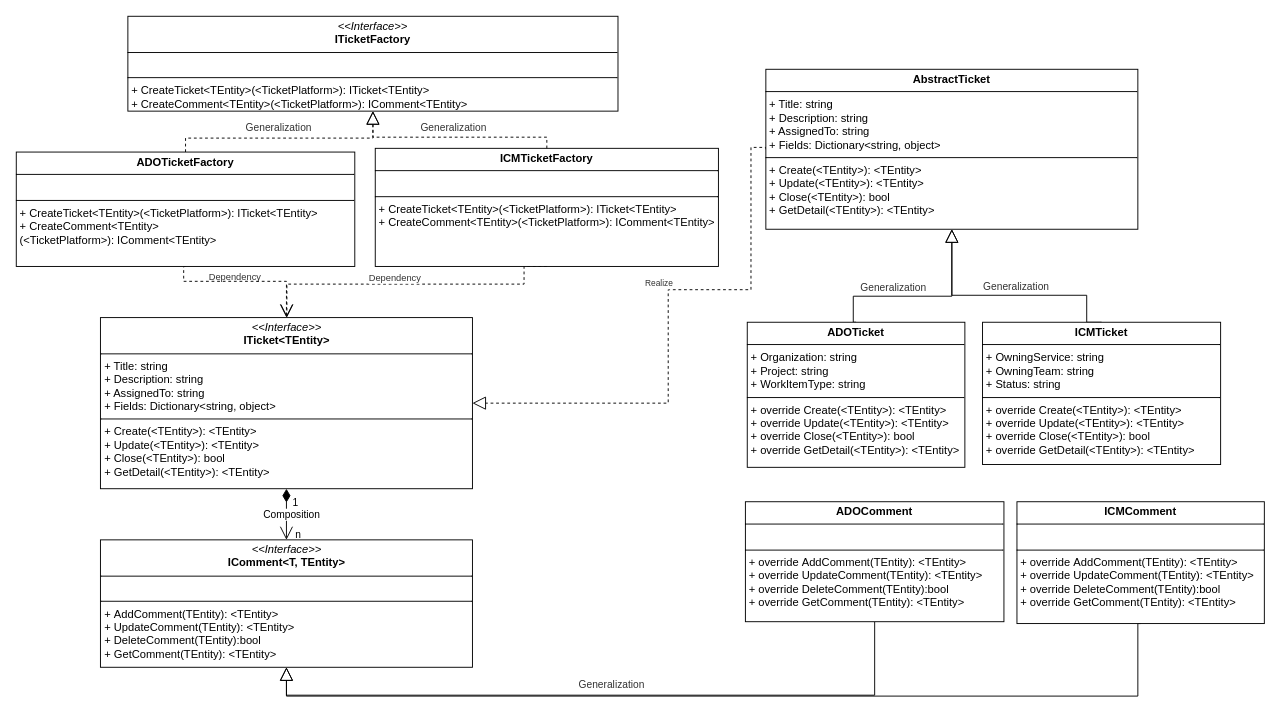
Above: page "Page-10" (10 of 10) of 2.drawio in hy986/Repo_0110 (draw.io), before the change. Source tidied: cells renumbered, new cells numbered last; positions are measured from the earlier drawing's top-left corner, leaving out a move shared by most shapes. Both pictures are drawn from the tidied source at 93%, with x=0, y=0 at pixel (16, 16).
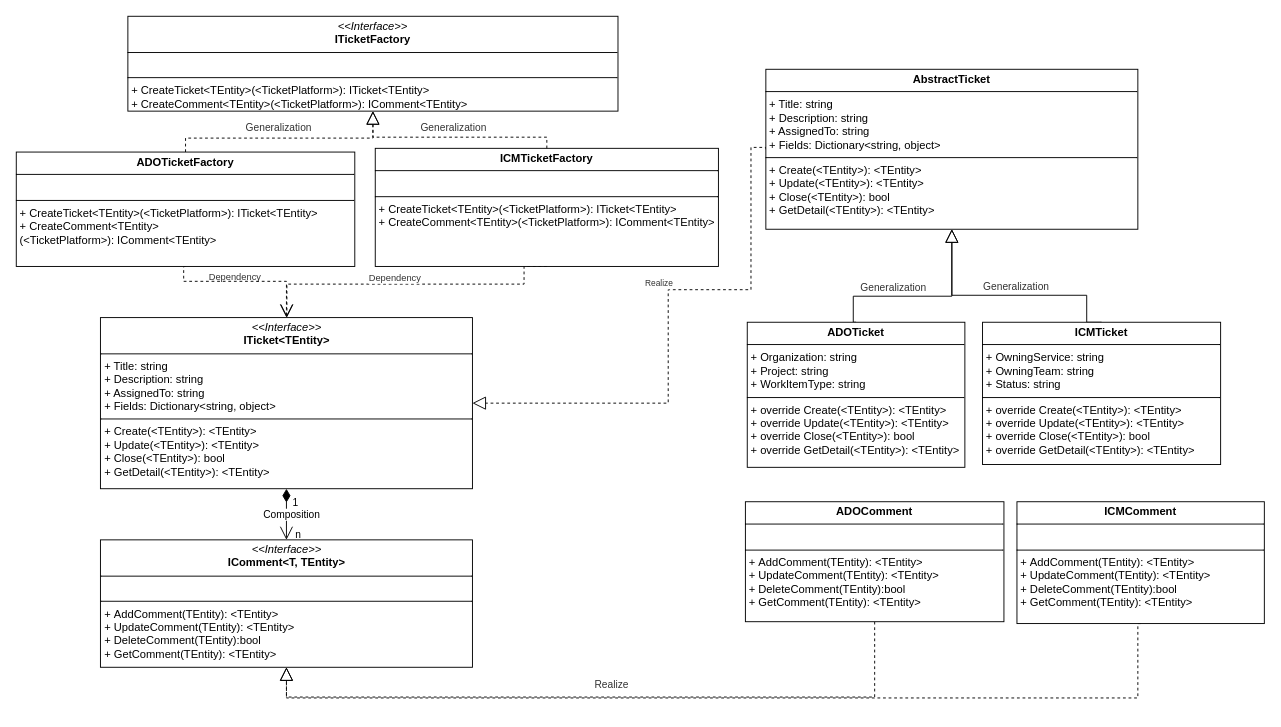
The same page after the edit.

The change refers to these unchanged cells:
```xml
<mxCell id="22" value="&lt;p style=&quot;margin:0px;margin-top:4px;text-align:center;&quot;&gt;&lt;i&gt;&amp;lt;&amp;lt;Interface&amp;gt;&amp;gt;&lt;/i&gt;&lt;br&gt;&lt;b&gt;IComment&amp;lt;T, TEntity&amp;gt;&lt;/b&gt;&lt;/p&gt;&lt;hr size=&quot;1&quot; style=&quot;border-style:solid;&quot;&gt;&lt;p style=&quot;margin:0px;margin-left:4px;&quot;&gt;&lt;br&gt;&lt;/p&gt;&lt;hr size=&quot;1&quot; style=&quot;border-style:solid;&quot;&gt;&lt;p style=&quot;margin:0px;margin-left:4px;&quot;&gt;&lt;span style=&quot;background-color: initial;&quot;&gt;+&amp;nbsp;&lt;/span&gt;&lt;span style=&quot;background-color: initial;&quot; class=&quot;hljs-function&quot;&gt;&lt;span style=&quot;background-color: initial;&quot; class=&quot;hljs-function&quot;&gt;&lt;span class=&quot;hljs-title&quot;&gt;Add&lt;/span&gt;&lt;/span&gt;&lt;/span&gt;&lt;span style=&quot;background-color: initial;&quot;&gt;Comment&lt;/span&gt;&lt;span style=&quot;background-color: initial;&quot; class=&quot;hljs-function&quot;&gt;(&lt;span class=&quot;hljs-params&quot;&gt;TEntity&lt;/span&gt;): &amp;lt;&lt;/span&gt;&lt;span style=&quot;background-color: initial;&quot;&gt;TEntity&lt;/span&gt;&lt;span style=&quot;background-color: initial;&quot;&gt;&amp;gt;&lt;/span&gt;&lt;/p&gt;&lt;p style=&quot;margin: 0px 0px 0px 4px;&quot;&gt;&lt;span style=&quot;background-color: initial;&quot; class=&quot;hljs-function&quot;&gt;+&amp;nbsp;&lt;/span&gt;&lt;span style=&quot;background-color: initial;&quot; class=&quot;hljs-function&quot;&gt;&lt;span class=&quot;hljs-title&quot;&gt;Update&lt;/span&gt;&lt;/span&gt;&lt;span style=&quot;background-color: initial;&quot;&gt;Comment&lt;/span&gt;&lt;span style=&quot;background-color: initial;&quot; class=&quot;hljs-function&quot;&gt;(&lt;span class=&quot;hljs-params&quot;&gt;TEntity&lt;/span&gt;): &amp;lt;&lt;/span&gt;&lt;span style=&quot;background-color: initial;&quot;&gt;TEntity&lt;/span&gt;&lt;span style=&quot;background-color: initial;&quot;&gt;&amp;gt;&lt;/span&gt;&lt;/p&gt;&lt;p style=&quot;margin: 0px 0px 0px 4px;&quot;&gt;&lt;span style=&quot;background-color: initial;&quot; class=&quot;hljs-function&quot;&gt;+&amp;nbsp;&lt;/span&gt;&lt;span style=&quot;background-color: initial;&quot; class=&quot;hljs-function&quot;&gt;&lt;span class=&quot;hljs-title&quot;&gt;Delete&lt;/span&gt;&lt;/span&gt;&lt;span style=&quot;background-color: initial;&quot;&gt;Comment&lt;/span&gt;&lt;span style=&quot;background-color: initial;&quot; class=&quot;hljs-function&quot;&gt;(TEntity):&lt;/span&gt;&lt;span style=&quot;background-color: initial;&quot; class=&quot;hljs-built_in&quot;&gt;bool&lt;/span&gt;&lt;/p&gt;&lt;p style=&quot;margin: 0px 0px 0px 4px;&quot;&gt;&lt;span style=&quot;background-color: initial;&quot; class=&quot;hljs-built_in&quot;&gt;&lt;span style=&quot;background-color: initial;&quot; class=&quot;hljs-function&quot;&gt;+&amp;nbsp;&lt;/span&gt;&lt;span style=&quot;background-color: initial;&quot; class=&quot;hljs-function&quot;&gt;&lt;span class=&quot;hljs-title&quot;&gt;Get&lt;/span&gt;&lt;/span&gt;&lt;span style=&quot;background-color: initial;&quot;&gt;Comment&lt;/span&gt;&lt;span style=&quot;background-color: initial;&quot; class=&quot;hljs-function&quot;&gt;(&lt;span class=&quot;hljs-params&quot;&gt;TEntity&lt;/span&gt;): &amp;lt;&lt;/span&gt;&lt;span style=&quot;background-color: initial;&quot;&gt;TEntity&lt;/span&gt;&lt;span style=&quot;background-color: initial;&quot;&gt;&amp;gt;&lt;/span&gt;&lt;/span&gt;&lt;/p&gt;" style="verticalAlign=top;align=left;overflow=fill;html=1;whiteSpace=wrap;" parent="1" vertex="1">
  <mxGeometry x="90.5" y="563" width="400" height="137" as="geometry" />
</mxCell>
```

What changed in the source:
```diff
@@
-    <mxCell id="26" style="edgeStyle=orthogonalEdgeStyle;rounded=0;jettySize=auto;html=1;exitX=0.5;exitY=1;exitDx=0;exitDy=0;entryX=0.5;entryY=1;entryDx=0;entryDy=0;endSize=12;endArrow=block;endFill=0;" parent="1" edge="1" source="27" target="22">
-      <mxGeometry relative="1" as="geometry" />
+    <mxCell id="26" style="edgeStyle=orthogonalEdgeStyle;rounded=0;jettySize=auto;html=1;exitX=0.5;exitY=1;exitDx=0;exitDy=0;entryX=0.5;entryY=1;entryDx=0;entryDy=0;endSize=12;endArrow=block;endFill=0;dashed=1;" parent="1" edge="1" source="27" target="22">
+      <mxGeometry relative="1" as="geometry">
+        <Array as="points">
+          <mxPoint x="923" y="732" />
+          <mxPoint x="291" y="732" />
+        </Array>
+      </mxGeometry>
     </mxCell>
-    <mxCell id="27" value="&lt;p style=&quot;margin:0px;margin-top:4px;text-align:center;&quot;&gt;&lt;b&gt;ADOComment&lt;/b&gt;&lt;/p&gt;&lt;hr size=&quot;1&quot; style=&quot;border-style:solid;&quot;&gt;&lt;p style=&quot;margin: 0px 0px 0px 4px;&quot;&gt;&lt;br&gt;&lt;/p&gt;&lt;hr size=&quot;1&quot; style=&quot;border-style:solid;&quot;&gt;&lt;p style=&quot;margin: 0px 0px 0px 4px;&quot;&gt;&lt;span style=&quot;background-color: initial;&quot;&gt;+&amp;nbsp;&lt;/span&gt;&lt;span style=&quot;background-color: initial;&quot;&gt;override&lt;/span&gt;&lt;span style=&quot;background-color: initial;&quot;&gt;&amp;nbsp;&lt;/span&gt;&lt;span style=&quot;background-color: initial;&quot; class=&quot;hljs-function&quot;&gt;Add&lt;/span&gt;&lt;span style=&quot;background-color: initial;&quot;&gt;Comment&lt;/span&gt;&lt;span style=&quot;background-color: initial;&quot; class=&quot;hljs-function&quot;&gt;(&lt;span class=&quot;hljs-params&quot;&gt;TEntity&lt;/span&gt;): &amp;lt;&lt;/span&gt;&lt;span style=&quot;background-color: initial;&quot;&gt;TEntity&lt;/span&gt;&lt;span style=&quot;background-color: initial;&quot;&gt;&amp;gt;&lt;/span&gt;&lt;/p&gt;&lt;p style=&quot;margin: 0px 0px 0px 4px;&quot;&gt;&lt;span style=&quot;background-color: initial;&quot; class=&quot;hljs-function&quot;&gt;+&amp;nbsp;&lt;/span&gt;&lt;span style=&quot;background-color: initial;&quot;&gt;override&lt;/span&gt;&lt;span style=&quot;background-color: initial;&quot;&gt;&amp;nbsp;&lt;/span&gt;&lt;span style=&quot;background-color: initial;&quot; class=&quot;hljs-function&quot;&gt;Update&lt;/span&gt;&lt;span style=&quot;background-color: initial;&quot;&gt;Comment&lt;/span&gt;&lt;span style=&quot;background-color: initial;&quot; class=&quot;hljs-function&quot;&gt;(&lt;span class=&quot;hljs-params&quot;&gt;TEntity&lt;/span&gt;): &amp;lt;&lt;/span&gt;&lt;span style=&quot;background-color: initial;&quot;&gt;TEntity&lt;/span&gt;&lt;span style=&quot;background-color: initial;&quot;&gt;&amp;gt;&lt;/span&gt;&lt;/p&gt;&lt;p style=&quot;margin: 0px 0px 0px 4px;&quot;&gt;&lt;span style=&quot;background-color: initial;&quot; class=&quot;hljs-function&quot;&gt;+&amp;nbsp;&lt;/span&gt;&lt;span style=&quot;background-color: initial;&quot;&gt;override&lt;/span&gt;&lt;span style=&quot;background-color: initial;&quot;&gt;&amp;nbsp;&lt;/span&gt;&lt;span style=&quot;background-color: initial;&quot; class=&quot;hljs-function&quot;&gt;Delete&lt;/span&gt;&lt;span style=&quot;background-color: initial;&quot;&gt;Comment&lt;/span&gt;&lt;span style=&quot;background-color: initial;&quot; class=&quot;hljs-function&quot;&gt;(TEntity):&lt;/span&gt;&lt;span style=&quot;background-color: initial;&quot; class=&quot;hljs-built_in&quot;&gt;bool&lt;/span&gt;&lt;/p&gt;&lt;p style=&quot;margin: 0px 0px 0px 4px;&quot;&gt;&lt;span style=&quot;background-color: initial;&quot; class=&quot;hljs-built_in&quot;&gt;&lt;span style=&quot;background-color: initial;&quot; class=&quot;hljs-function&quot;&gt;+&amp;nbsp;&lt;/span&gt;&lt;/span&gt;&lt;span style=&quot;background-color: initial;&quot;&gt;override&lt;/span&gt;&lt;span style=&quot;background-color: initial;&quot;&gt;&amp;nbsp;&lt;/span&gt;&lt;span style=&quot;background-color: initial;&quot; class=&quot;hljs-function&quot;&gt;&lt;span class=&quot;hljs-title&quot;&gt;Get&lt;/span&gt;&lt;/span&gt;&lt;span style=&quot;background-color: initial;&quot;&gt;Comment&lt;/span&gt;&lt;span style=&quot;background-color: initial;&quot; class=&quot;hljs-function&quot;&gt;(&lt;span class=&quot;hljs-params&quot;&gt;TEntity&lt;/span&gt;): &amp;lt;&lt;/span&gt;&lt;span style=&quot;background-color: initial;&quot;&gt;TEntity&lt;/span&gt;&lt;span style=&quot;background-color: initial;&quot;&gt;&amp;gt;&lt;/span&gt;&lt;/p&gt;" style="verticalAlign=top;align=left;overflow=fill;html=1;whiteSpace=wrap;" parent="1" vertex="1">
+    <mxCell id="27" value="&lt;p style=&quot;margin:0px;margin-top:4px;text-align:center;&quot;&gt;&lt;b&gt;ADOComment&lt;/b&gt;&lt;/p&gt;&lt;hr size=&quot;1&quot; style=&quot;border-style:solid;&quot;&gt;&lt;p style=&quot;margin: 0px 0px 0px 4px;&quot;&gt;&lt;br&gt;&lt;/p&gt;&lt;hr size=&quot;1&quot; style=&quot;border-style:solid;&quot;&gt;&lt;p style=&quot;margin: 0px 0px 0px 4px;&quot;&gt;&lt;span style=&quot;background-color: initial;&quot;&gt;+&amp;nbsp;&lt;/span&gt;&lt;span style=&quot;background-color: initial;&quot; class=&quot;hljs-function&quot;&gt;Add&lt;/span&gt;&lt;span style=&quot;background-color: initial;&quot;&gt;Comment&lt;/span&gt;&lt;span style=&quot;background-color: initial;&quot; class=&quot;hljs-function&quot;&gt;(&lt;span class=&quot;hljs-params&quot;&gt;TEntity&lt;/span&gt;): &amp;lt;&lt;/span&gt;&lt;span style=&quot;background-color: initial;&quot;&gt;TEntity&lt;/span&gt;&lt;span style=&quot;background-color: initial;&quot;&gt;&amp;gt;&lt;/span&gt;&lt;/p&gt;&lt;p style=&quot;margin: 0px 0px 0px 4px;&quot;&gt;&lt;span style=&quot;background-color: initial;&quot; class=&quot;hljs-function&quot;&gt;+&amp;nbsp;&lt;/span&gt;&lt;span style=&quot;background-color: initial;&quot; class=&quot;hljs-function&quot;&gt;Update&lt;/span&gt;&lt;span style=&quot;background-color: initial;&quot;&gt;Comment&lt;/span&gt;&lt;span style=&quot;background-color: initial;&quot; class=&quot;hljs-function&quot;&gt;(&lt;span class=&quot;hljs-params&quot;&gt;TEntity&lt;/span&gt;): &amp;lt;&lt;/span&gt;&lt;span style=&quot;background-color: initial;&quot;&gt;TEntity&lt;/span&gt;&lt;span style=&quot;background-color: initial;&quot;&gt;&amp;gt;&lt;/span&gt;&lt;/p&gt;&lt;p style=&quot;margin: 0px 0px 0px 4px;&quot;&gt;&lt;span style=&quot;background-color: initial;&quot; class=&quot;hljs-function&quot;&gt;+&amp;nbsp;&lt;/span&gt;&lt;span style=&quot;background-color: initial;&quot; class=&quot;hljs-function&quot;&gt;Delete&lt;/span&gt;&lt;span style=&quot;background-color: initial;&quot;&gt;Comment&lt;/span&gt;&lt;span style=&quot;background-color: initial;&quot; class=&quot;hljs-function&quot;&gt;(TEntity):&lt;/span&gt;&lt;span style=&quot;background-color: initial;&quot; class=&quot;hljs-built_in&quot;&gt;bool&lt;/span&gt;&lt;/p&gt;&lt;p style=&quot;margin: 0px 0px 0px 4px;&quot;&gt;&lt;span style=&quot;background-color: initial;&quot; class=&quot;hljs-built_in&quot;&gt;&lt;span style=&quot;background-color: initial;&quot; class=&quot;hljs-function&quot;&gt;+&amp;nbsp;&lt;/span&gt;&lt;/span&gt;&lt;span style=&quot;background-color: initial;&quot; class=&quot;hljs-function&quot;&gt;&lt;span class=&quot;hljs-title&quot;&gt;Get&lt;/span&gt;&lt;/span&gt;&lt;span style=&quot;background-color: initial;&quot;&gt;Comment&lt;/span&gt;&lt;span style=&quot;background-color: initial;&quot; class=&quot;hljs-function&quot;&gt;(&lt;span class=&quot;hljs-params&quot;&gt;TEntity&lt;/span&gt;): &amp;lt;&lt;/span&gt;&lt;span style=&quot;background-color: initial;&quot;&gt;TEntity&lt;/span&gt;&lt;span style=&quot;background-color: initial;&quot;&gt;&amp;gt;&lt;/span&gt;&lt;/p&gt;" style="verticalAlign=top;align=left;overflow=fill;html=1;whiteSpace=wrap;" parent="1" vertex="1">
       <mxGeometry x="784" y="522" width="278" height="129" as="geometry" />
     </mxCell>
-    <mxCell id="28" style="edgeStyle=orthogonalEdgeStyle;rounded=0;jettySize=auto;html=1;exitX=0.5;exitY=1;exitDx=0;exitDy=0;entryX=0.5;entryY=1;entryDx=0;entryDy=0;endArrow=block;endFill=0;endSize=12;" parent="1" edge="1" source="29" target="22">
+    <mxCell id="28" style="edgeStyle=orthogonalEdgeStyle;rounded=0;jettySize=auto;html=1;exitX=0.5;exitY=1;exitDx=0;exitDy=0;entryX=0.5;entryY=1;entryDx=0;entryDy=0;endArrow=block;endFill=0;endSize=12;dashed=1;" parent="1" edge="1" source="29" target="22">
       <mxGeometry relative="1" as="geometry">
         <Array as="points">
           <mxPoint x="1206" y="653" />
-          <mxPoint x="1206" y="731" />
-          <mxPoint x="291" y="731" />
+          <mxPoint x="1206" y="733" />
+          <mxPoint x="291" y="733" />
         </Array>
       </mxGeometry>
     </mxCell>
-    <mxCell id="29" value="&lt;p style=&quot;margin:0px;margin-top:4px;text-align:center;&quot;&gt;&lt;b&gt;ICM&lt;/b&gt;&lt;b style=&quot;background-color: initial;&quot;&gt;Comment&lt;/b&gt;&lt;/p&gt;&lt;hr size=&quot;1&quot; style=&quot;border-style:solid;&quot;&gt;&lt;p style=&quot;margin: 0px 0px 0px 4px;&quot;&gt;&lt;br&gt;&lt;/p&gt;&lt;hr size=&quot;1&quot; style=&quot;border-style:solid;&quot;&gt;&lt;p style=&quot;margin: 0px 0px 0px 4px;&quot;&gt;&lt;span style=&quot;background-color: initial;&quot;&gt;+&amp;nbsp;&lt;/span&gt;&lt;span style=&quot;background-color: initial;&quot;&gt;override&lt;/span&gt;&lt;span style=&quot;background-color: initial;&quot;&gt;&amp;nbsp;&lt;/span&gt;&lt;span style=&quot;background-color: initial;&quot; class=&quot;hljs-function&quot;&gt;Add&lt;/span&gt;&lt;span style=&quot;background-color: initial;&quot;&gt;Comment&lt;/span&gt;&lt;span style=&quot;background-color: initial;&quot; class=&quot;hljs-function&quot;&gt;(&lt;span class=&quot;hljs-params&quot;&gt;TEntity&lt;/span&gt;): &amp;lt;&lt;/span&gt;&lt;span style=&quot;background-color: initial;&quot;&gt;TEntity&lt;/span&gt;&lt;span style=&quot;background-color: initial;&quot;&gt;&amp;gt;&lt;/span&gt;&lt;/p&gt;&lt;p style=&quot;margin: 0px 0px 0px 4px;&quot;&gt;&lt;span style=&quot;background-color: initial;&quot; class=&quot;hljs-function&quot;&gt;+&amp;nbsp;&lt;/span&gt;&lt;span style=&quot;background-color: initial;&quot;&gt;override&lt;/span&gt;&lt;span style=&quot;background-color: initial;&quot;&gt;&amp;nbsp;&lt;/span&gt;&lt;span style=&quot;background-color: initial;&quot; class=&quot;hljs-function&quot;&gt;Update&lt;/span&gt;&lt;span style=&quot;background-color: initial;&quot;&gt;Comment&lt;/span&gt;&lt;span style=&quot;background-color: initial;&quot; class=&quot;hljs-function&quot;&gt;(&lt;span class=&quot;hljs-params&quot;&gt;TEntity&lt;/span&gt;): &amp;lt;&lt;/span&gt;&lt;span style=&quot;background-color: initial;&quot;&gt;TEntity&lt;/span&gt;&lt;span style=&quot;background-color: initial;&quot;&gt;&amp;gt;&lt;/span&gt;&lt;/p&gt;&lt;p style=&quot;margin: 0px 0px 0px 4px;&quot;&gt;&lt;span style=&quot;background-color: initial;&quot; class=&quot;hljs-function&quot;&gt;+&amp;nbsp;&lt;/span&gt;&lt;span style=&quot;background-color: initial;&quot;&gt;override&lt;/span&gt;&lt;span style=&quot;background-color: initial;&quot;&gt;&amp;nbsp;&lt;/span&gt;&lt;span style=&quot;background-color: initial;&quot; class=&quot;hljs-function&quot;&gt;Delete&lt;/span&gt;&lt;span style=&quot;background-color: initial;&quot;&gt;Comment&lt;/span&gt;&lt;span style=&quot;background-color: initial;&quot; class=&quot;hljs-function&quot;&gt;(TEntity):&lt;/span&gt;&lt;span style=&quot;background-color: initial;&quot; class=&quot;hljs-built_in&quot;&gt;bool&lt;/span&gt;&lt;/p&gt;&lt;p style=&quot;margin: 0px 0px 0px 4px;&quot;&gt;&lt;span style=&quot;background-color: initial;&quot; class=&quot;hljs-built_in&quot;&gt;+&amp;nbsp;&lt;/span&gt;&lt;span style=&quot;background-color: initial;&quot;&gt;override&lt;/span&gt;&lt;span style=&quot;background-color: initial;&quot;&gt;&amp;nbsp;&lt;/span&gt;&lt;span style=&quot;background-color: initial;&quot; class=&quot;hljs-function&quot;&gt;Get&lt;/span&gt;&lt;span style=&quot;background-color: initial;&quot;&gt;Comment&lt;/span&gt;&lt;span style=&quot;background-color: initial;&quot; class=&quot;hljs-function&quot;&gt;(&lt;span class=&quot;hljs-params&quot;&gt;TEntity&lt;/span&gt;): &amp;lt;&lt;/span&gt;&lt;span style=&quot;background-color: initial;&quot;&gt;TEntity&lt;/span&gt;&lt;span style=&quot;background-color: initial;&quot;&gt;&amp;gt;&lt;/span&gt;&lt;/p&gt;" style="verticalAlign=top;align=left;overflow=fill;html=1;whiteSpace=wrap;" parent="1" vertex="1">
+    <mxCell id="29" value="&lt;p style=&quot;margin:0px;margin-top:4px;text-align:center;&quot;&gt;&lt;b&gt;ICM&lt;/b&gt;&lt;b style=&quot;background-color: initial;&quot;&gt;Comment&lt;/b&gt;&lt;/p&gt;&lt;hr size=&quot;1&quot; style=&quot;border-style:solid;&quot;&gt;&lt;p style=&quot;margin: 0px 0px 0px 4px;&quot;&gt;&lt;br&gt;&lt;/p&gt;&lt;hr size=&quot;1&quot; style=&quot;border-style:solid;&quot;&gt;&lt;p style=&quot;margin: 0px 0px 0px 4px;&quot;&gt;&lt;span style=&quot;background-color: initial;&quot;&gt;+&amp;nbsp;&lt;/span&gt;&lt;span style=&quot;background-color: initial;&quot; class=&quot;hljs-function&quot;&gt;Add&lt;/span&gt;&lt;span style=&quot;background-color: initial;&quot;&gt;Comment&lt;/span&gt;&lt;span style=&quot;background-color: initial;&quot; class=&quot;hljs-function&quot;&gt;(&lt;span class=&quot;hljs-params&quot;&gt;TEntity&lt;/span&gt;): &amp;lt;&lt;/span&gt;&lt;span style=&quot;background-color: initial;&quot;&gt;TEntity&lt;/span&gt;&lt;span style=&quot;background-color: initial;&quot;&gt;&amp;gt;&lt;/span&gt;&lt;/p&gt;&lt;p style=&quot;margin: 0px 0px 0px 4px;&quot;&gt;&lt;span style=&quot;background-color: initial;&quot; class=&quot;hljs-function&quot;&gt;+&amp;nbsp;&lt;/span&gt;&lt;span style=&quot;background-color: initial;&quot; class=&quot;hljs-function&quot;&gt;Update&lt;/span&gt;&lt;span style=&quot;background-color: initial;&quot;&gt;Comment&lt;/span&gt;&lt;span style=&quot;background-color: initial;&quot; class=&quot;hljs-function&quot;&gt;(&lt;span class=&quot;hljs-params&quot;&gt;TEntity&lt;/span&gt;): &amp;lt;&lt;/span&gt;&lt;span style=&quot;background-color: initial;&quot;&gt;TEntity&lt;/span&gt;&lt;span style=&quot;background-color: initial;&quot;&gt;&amp;gt;&lt;/span&gt;&lt;/p&gt;&lt;p style=&quot;margin: 0px 0px 0px 4px;&quot;&gt;&lt;span style=&quot;background-color: initial;&quot; class=&quot;hljs-function&quot;&gt;+&amp;nbsp;&lt;/span&gt;&lt;span style=&quot;background-color: initial;&quot; class=&quot;hljs-function&quot;&gt;Delete&lt;/span&gt;&lt;span style=&quot;background-color: initial;&quot;&gt;Comment&lt;/span&gt;&lt;span style=&quot;background-color: initial;&quot; class=&quot;hljs-function&quot;&gt;(TEntity):&lt;/span&gt;&lt;span style=&quot;background-color: initial;&quot; class=&quot;hljs-built_in&quot;&gt;bool&lt;/span&gt;&lt;/p&gt;&lt;p style=&quot;margin: 0px 0px 0px 4px;&quot;&gt;&lt;span style=&quot;background-color: initial;&quot; class=&quot;hljs-built_in&quot;&gt;+&amp;nbsp;&lt;/span&gt;&lt;span style=&quot;background-color: initial;&quot; class=&quot;hljs-function&quot;&gt;Get&lt;/span&gt;&lt;span style=&quot;background-color: initial;&quot;&gt;Comment&lt;/span&gt;&lt;span style=&quot;background-color: initial;&quot; class=&quot;hljs-function&quot;&gt;(&lt;span class=&quot;hljs-params&quot;&gt;TEntity&lt;/span&gt;): &amp;lt;&lt;/span&gt;&lt;span style=&quot;background-color: initial;&quot;&gt;TEntity&lt;/span&gt;&lt;span style=&quot;background-color: initial;&quot;&gt;&amp;gt;&lt;/span&gt;&lt;/p&gt;" style="verticalAlign=top;align=left;overflow=fill;html=1;whiteSpace=wrap;" parent="1" vertex="1">
       <mxGeometry x="1076" y="522" width="266" height="131" as="geometry" />
     </mxCell>
-    <mxCell id="30" value="&lt;span style=&quot;color: rgb(51, 51, 51); text-align: left; white-space: pre-wrap;&quot;&gt;Generalization&lt;/span&gt;" style="edgeLabel;html=1;align=center;verticalAlign=middle;" parent="1" vertex="1">
+    <mxCell id="30" value="&lt;span style=&quot;color: rgb(51, 51, 51); text-align: left; white-space: pre-wrap;&quot;&gt;Realize&lt;/span&gt;" style="edgeLabel;html=1;align=center;verticalAlign=middle;" parent="1" vertex="1">
       <mxGeometry x="639" y="701" as="geometry">
         <mxPoint y="17" as="offset" />
       </mxGeometry>
     </mxCell>
```
